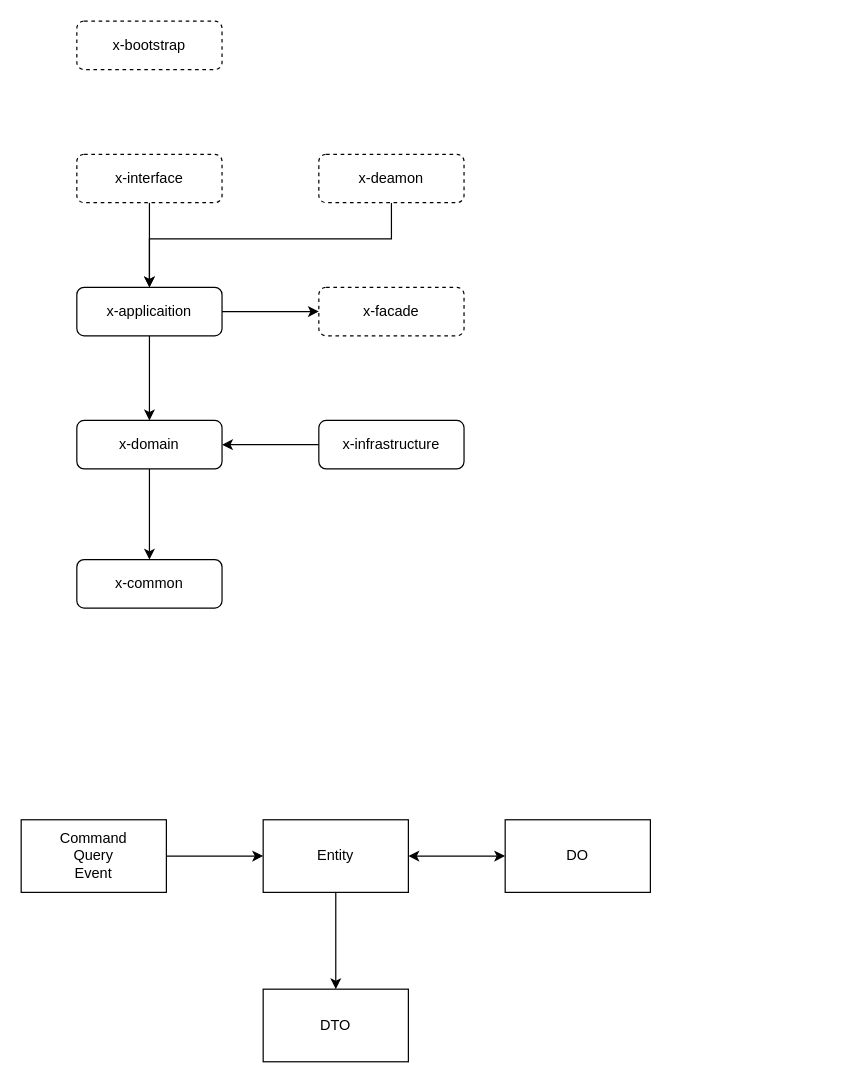
The draw.io diagram 账务/未命名绘图.drawio in remind/doanything-docs, before the edit. Source tidied: cells renumbered, new cells numbered last; positions are measured from the earlier drawing's top-left corner, leaving out a move shared by most shapes. Both pictures are drawn from the tidied source at 121%, with x=0, y=0 at pixel (21, 21).
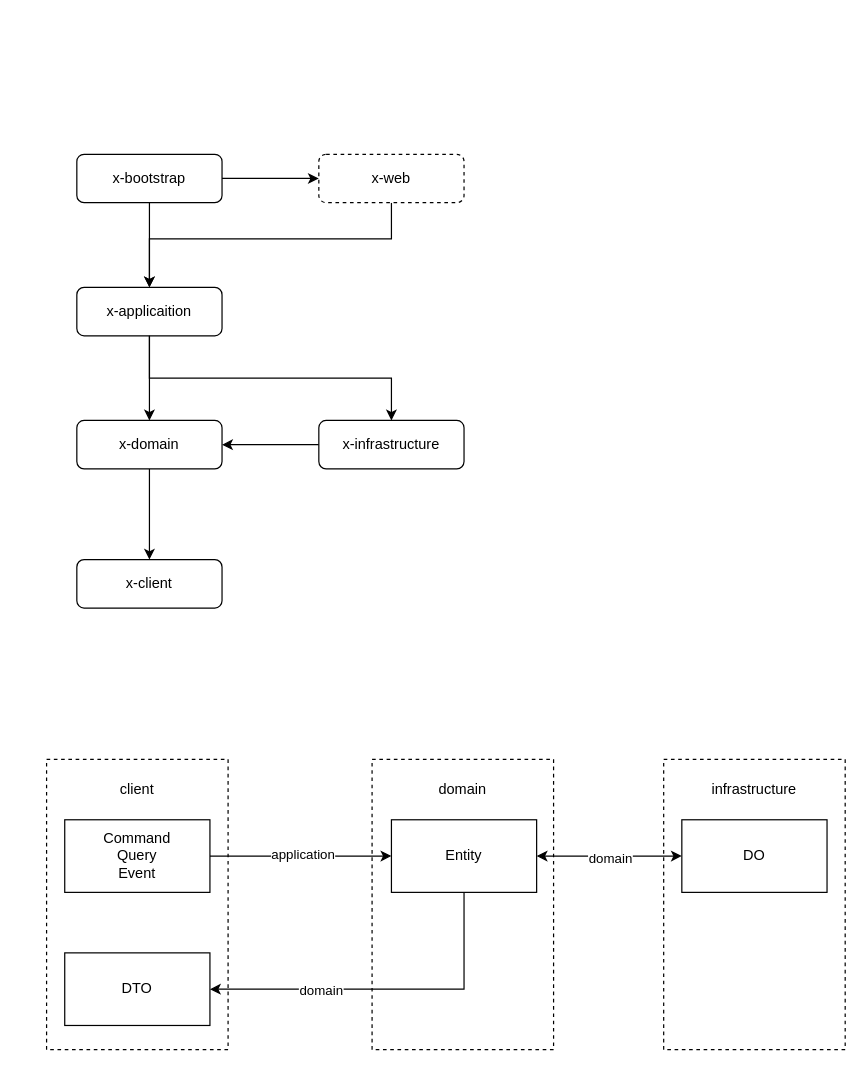
The same page after the edit.

Commit message:
更新未命名绘图.drawio

The change refers to these unchanged cells:
```xml
<mxCell id="6" value="x-infrastructure" style="rounded=1;whiteSpace=wrap;html=1;fontSize=12;glass=0;strokeWidth=1;shadow=0;" parent="1" vertex="1">
  <mxGeometry x="246" y="330" width="120" height="40" as="geometry" />
</mxCell>
<mxCell id="9" value="x-applicaition" style="rounded=1;whiteSpace=wrap;html=1;fontSize=12;glass=0;strokeWidth=1;shadow=0;" parent="1" vertex="1">
  <mxGeometry x="46" y="220" width="120" height="40" as="geometry" />
</mxCell>
<mxCell id="16" style="edgeStyle=orthogonalEdgeStyle;rounded=0;jettySize=auto;html=1;" parent="1" edge="1" source="17" target="20">
  <mxGeometry relative="1" as="geometry" />
</mxCell>
<mxCell id="19" style="edgeStyle=orthogonalEdgeStyle;rounded=0;jettySize=auto;html=1;startArrow=classic;startFill=1;" parent="1" edge="1" source="20" target="22">
  <mxGeometry relative="1" as="geometry" />
</mxCell>
```

Change to the diagram source:
```diff
@@
-    <mxCell id="2" value="x-common" style="rounded=1;whiteSpace=wrap;html=1;fontSize=12;glass=0;strokeWidth=1;shadow=0;" parent="1" vertex="1">
+    <mxCell id="2" value="x-client" style="rounded=1;whiteSpace=wrap;html=1;fontSize=12;glass=0;strokeWidth=1;shadow=0;" parent="1" vertex="1">
       <mxGeometry x="46" y="445" width="120" height="40" as="geometry" />
     </mxCell>
@@
-    <mxCell id="8" style="edgeStyle=orthogonalEdgeStyle;rounded=0;jettySize=auto;html=1;entryX=0;entryY=0.5;entryDx=0;entryDy=0;" parent="1" edge="1" source="9" target="10">
-      <mxGeometry relative="1" as="geometry" />
-    </mxCell>
@@
-    <mxCell id="10" value="x-facade" style="rounded=1;whiteSpace=wrap;html=1;fontSize=12;glass=0;strokeWidth=1;shadow=0;dashed=1;" parent="1" vertex="1">
-      <mxGeometry x="246" y="220" width="120" height="40" as="geometry" />
-    </mxCell>
@@
-    <mxCell id="12" value="x-interface" style="rounded=1;whiteSpace=wrap;html=1;fontSize=12;glass=0;strokeWidth=1;shadow=0;dashed=1;" parent="1" vertex="1">
+    <mxCell id="12" value="x-bootstrap" style="rounded=1;whiteSpace=wrap;html=1;fontSize=12;glass=0;strokeWidth=1;shadow=0;" parent="1" vertex="1">
       <mxGeometry x="46" y="110" width="120" height="40" as="geometry" />
     </mxCell>
@@
-    <mxCell id="14" value="x-deamon" style="rounded=1;whiteSpace=wrap;html=1;fontSize=12;glass=0;strokeWidth=1;shadow=0;dashed=1;" parent="1" vertex="1">
+    <mxCell id="14" value="x-web" style="rounded=1;whiteSpace=wrap;html=1;fontSize=12;glass=0;strokeWidth=1;shadow=0;dashed=1;" parent="1" vertex="1">
       <mxGeometry x="246" y="110" width="120" height="40" as="geometry" />
     </mxCell>
-    <mxCell id="15" value="x-bootstrap" style="rounded=1;whiteSpace=wrap;html=1;fontSize=12;glass=0;strokeWidth=1;shadow=0;dashed=1;" parent="1" vertex="1">
-      <mxGeometry x="46" width="120" height="40" as="geometry" />
-    </mxCell>
@@
+    <mxCell id="23" value="application" style="edgeLabel;html=1;align=center;verticalAlign=middle;" parent="16" vertex="1">
+      <mxGeometry x="0.01" y="2" relative="1" as="geometry" />
+    </mxCell>
     <mxCell id="17" value="Command&lt;br&gt;Query&lt;br&gt;Event" style="rounded=0;whiteSpace=wrap;html=1;" parent="1" vertex="1">
-      <mxGeometry y="660" width="120" height="60" as="geometry" />
+      <mxGeometry x="36" y="660" width="120" height="60" as="geometry" />
     </mxCell>
-    <mxCell id="18" style="edgeStyle=orthogonalEdgeStyle;rounded=0;jettySize=auto;html=1;" parent="1" edge="1" source="20" target="21">
-      <mxGeometry relative="1" as="geometry" />
+    <mxCell id="18" style="edgeStyle=orthogonalEdgeStyle;rounded=0;jettySize=auto;html=1;entryX=1;entryY=0.5;entryDx=0;entryDy=0;" parent="1" edge="1" source="20" target="21">
+      <mxGeometry relative="1" as="geometry">
+        <Array as="points">
+          <mxPoint x="366" y="800" />
+        </Array>
+      </mxGeometry>
     </mxCell>
+    <mxCell id="24" value="domain" style="edgeLabel;html=1;align=center;verticalAlign=middle;" parent="18" vertex="1">
+      <mxGeometry x="0.37" relative="1" as="geometry" />
+    </mxCell>
@@
+    <mxCell id="25" value="domain" style="edgeLabel;html=1;align=center;verticalAlign=middle;" parent="19" vertex="1">
+      <mxGeometry y="-1" relative="1" as="geometry" />
+    </mxCell>
     <mxCell id="20" value="Entity" style="whiteSpace=wrap;html=1;rounded=0;" parent="1" vertex="1">
-      <mxGeometry x="200" y="660" width="120" height="60" as="geometry" />
+      <mxGeometry x="306" y="660" width="120" height="60" as="geometry" />
     </mxCell>
     <mxCell id="21" value="DTO" style="whiteSpace=wrap;html=1;rounded=0;" parent="1" vertex="1">
-      <mxGeometry x="200" y="800" width="120" height="60" as="geometry" />
+      <mxGeometry x="36" y="770" width="120" height="60" as="geometry" />
     </mxCell>
     <mxCell id="22" value="DO" style="whiteSpace=wrap;html=1;rounded=0;" parent="1" vertex="1">
-      <mxGeometry x="400" y="660" width="120" height="60" as="geometry" />
+      <mxGeometry x="546" y="660" width="120" height="60" as="geometry" />
     </mxCell>
+    <mxCell id="26" style="whiteSpace=wrap;html=1;rounded=0;fillColor=none;dashed=1;" parent="1" vertex="1">
+      <mxGeometry x="21" y="610" width="150" height="240" as="geometry" />
+    </mxCell>
+    <mxCell id="27" style="whiteSpace=wrap;html=1;rounded=0;fillColor=none;dashed=1;" parent="1" vertex="1">
+      <mxGeometry x="290" y="610" width="150" height="240" as="geometry" />
+    </mxCell>
+    <mxCell id="28" style="whiteSpace=wrap;html=1;rounded=0;fillColor=none;dashed=1;" parent="1" vertex="1">
+      <mxGeometry x="531" y="610" width="150" height="240" as="geometry" />
+    </mxCell>
+    <mxCell id="29" value="client" style="text;html=1;strokeColor=none;fillColor=none;align=center;verticalAlign=middle;whiteSpace=wrap;rounded=0;dashed=1;" parent="1" vertex="1">
+      <mxGeometry x="66" y="620" width="60" height="30" as="geometry" />
+    </mxCell>
+    <mxCell id="30" value="domain" style="text;html=1;strokeColor=none;fillColor=none;align=center;verticalAlign=middle;whiteSpace=wrap;rounded=0;dashed=1;" parent="1" vertex="1">
+      <mxGeometry x="335" y="620" width="60" height="30" as="geometry" />
+    </mxCell>
+    <mxCell id="31" value="infrastructure" style="text;html=1;strokeColor=none;fillColor=none;align=center;verticalAlign=middle;whiteSpace=wrap;rounded=0;dashed=1;" parent="1" vertex="1">
+      <mxGeometry x="576" y="620" width="60" height="30" as="geometry" />
+    </mxCell>
+    <mxCell id="32" style="edgeStyle=orthogonalEdgeStyle;rounded=0;jettySize=auto;html=1;exitX=0.5;exitY=1;exitDx=0;exitDy=0;" parent="1" edge="1" source="9" target="6">
+      <mxGeometry relative="1" as="geometry" />
+    </mxCell>
+    <mxCell id="33" style="edgeStyle=orthogonalEdgeStyle;rounded=0;jettySize=auto;html=1;exitX=1;exitY=0.5;exitDx=0;exitDy=0;" parent="1" edge="1" source="12" target="14">
+      <mxGeometry relative="1" as="geometry" />
+    </mxCell>
```
